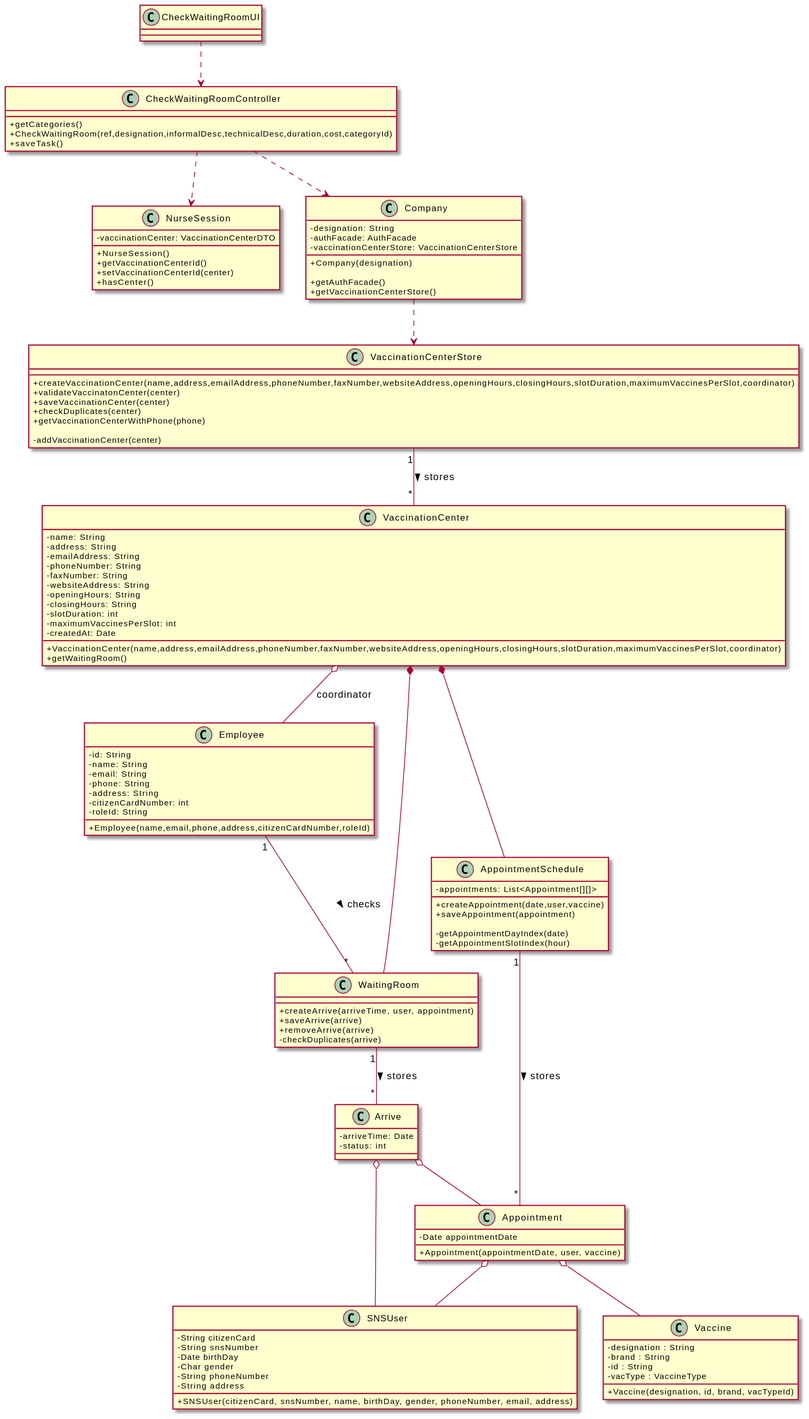
This is docs/SprintC/US05/CD/US05_CD.svg from miseEnPlace-i/lapr2, a PlantUML export, as it was before one commit.
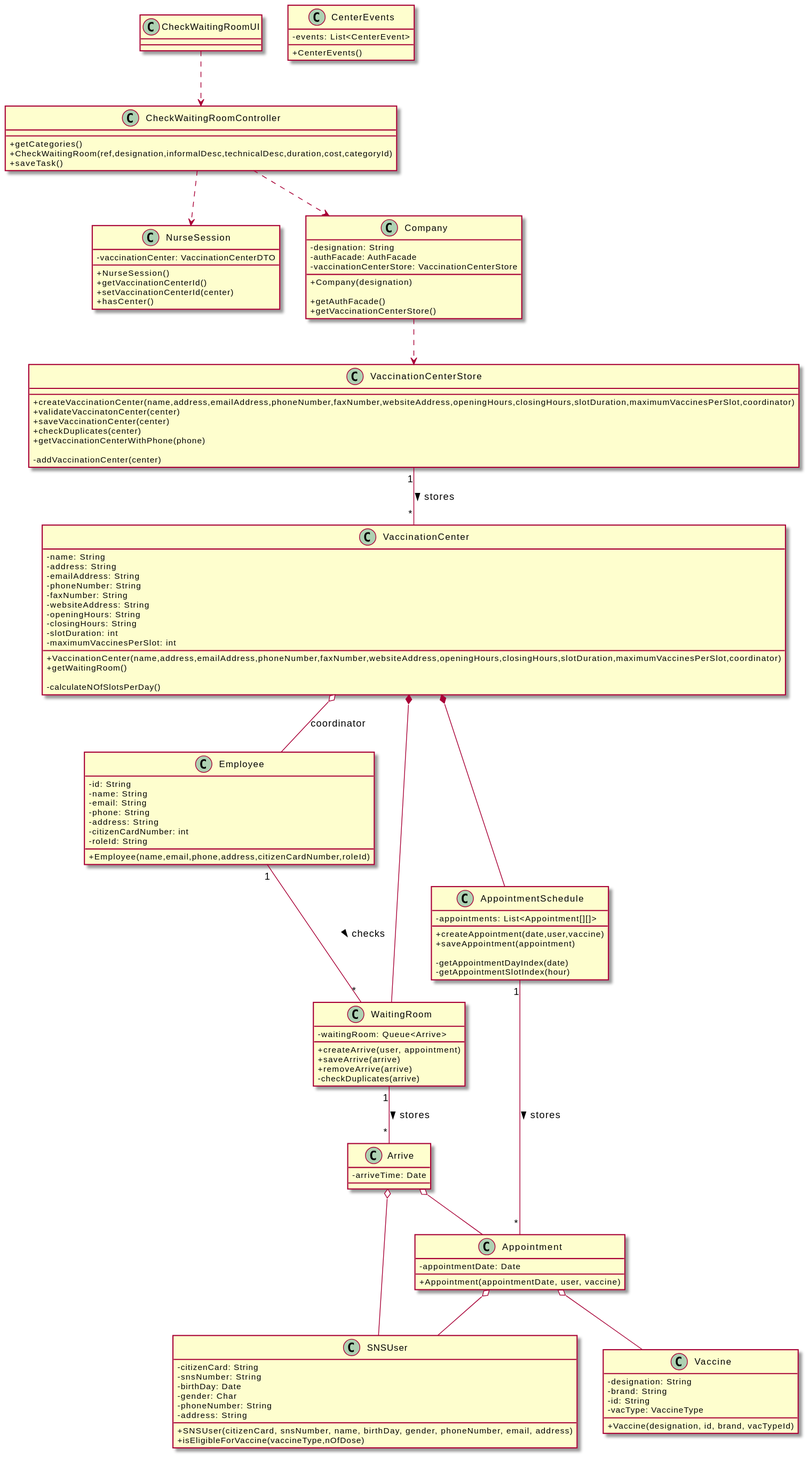
The same file after the commit.

Diff of the diagram source:
```diff
@@ -3,7 +3,6 @@
 
 class Arrive {
   -arriveTime: Date
-  -status: int
 }
 
 class NurseSession {
@@ -45,10 +44,11 @@
   - closingHours: String
   - slotDuration: int
   - maximumVaccinesPerSlot: int
-  -createdAt: Date
 
   +VaccinationCenter(name,address,emailAddress,phoneNumber,faxNumber,websiteAddress,openingHours,closingHours,slotDuration,maximumVaccinesPerSlot,coordinator)
   +getWaitingRoom()
+
+  -calculateNOfSlotsPerDay()
 }
 
 class VaccinationCenterStore {
@@ -74,20 +74,30 @@
 }
 
 class SNSUser {
-  - String citizenCard
-  - String snsNumber
-  - Date birthDay
-  - Char gender
-  - String phoneNumber
-  - String address
+  - citizenCard: String
+  - snsNumber: String
+  - birthDay: Date
+  - gender: Char
+  - phoneNumber: String
+  - address: String
+
   + SNSUser(citizenCard, snsNumber, name, birthDay, gender, phoneNumber, email, address)
+  + isEligibleForVaccine(vaccineType,nOfDose)
 }
 
 class WaitingRoom {
-  +createArrive(arriveTime, user, appointment)
+  - waitingRoom: Queue<Arrive>
+
+  +createArrive(user, appointment)
   +saveArrive(arrive)
   +removeArrive(arrive)
   -checkDuplicates(arrive)
+}
+
+class CenterEvents {
+  - events: List<CenterEvent>
+
+  +CenterEvents()
 }
 
 class AppointmentSchedule {
@@ -100,16 +110,16 @@
 }
 
 class Appointment {
-  -Date appointmentDate
+  - appointmentDate: Date
 
   +Appointment(appointmentDate, user, vaccine)
 }
 
-class Vaccine{
-  -designation : String
-  -brand : String
-  -id : String
-  -vacType : VaccineType
+class Vaccine {
+  -designation: String
+  -brand: String
+  -id: String
+  -vacType: VaccineType
 
   +Vaccine(designation, id, brand, vacTypeId)
 }
```
